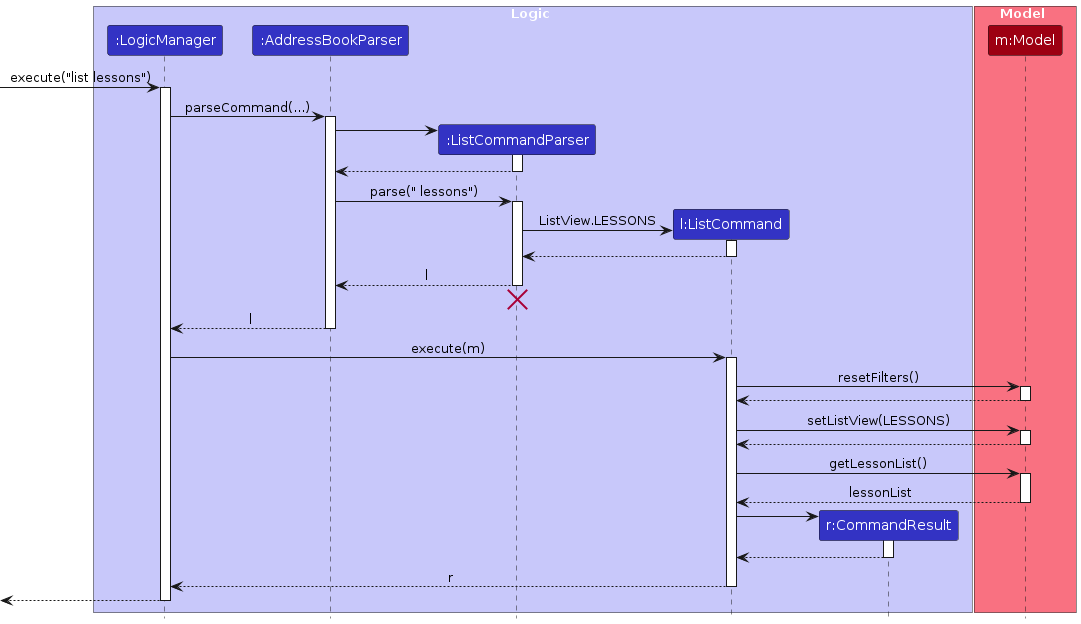
Earlier version of the PlantUML export diagrams/ListSequenceDiagram.png (AY2627S1-CS2103T-T13-2/tp). Its source is kept beside it as diagrams/ListSequenceDiagram.puml. Its diagram source:
```plantuml
@startuml
!include style.puml
skinparam ArrowFontStyle plain

box Logic LOGIC_COLOR_T1
participant ":LogicManager" as LogicManager LOGIC_COLOR
participant ":AddressBookParser" as AddressBookParser LOGIC_COLOR
participant ":ListCommandParser" as ListCommandParser LOGIC_COLOR
participant "l:ListCommand" as ListCommand LOGIC_COLOR
participant "r:CommandResult" as CommandResult LOGIC_COLOR
end box

box Model MODEL_COLOR_T1
participant "m:Model" as Model MODEL_COLOR
end box

[-> LogicManager : execute("list lessons")
activate LogicManager

LogicManager -> AddressBookParser : parseCommand(...)
activate AddressBookParser

create ListCommandParser
AddressBookParser -> ListCommandParser
activate ListCommandParser

ListCommandParser --> AddressBookParser
deactivate ListCommandParser

AddressBookParser -> ListCommandParser : parse(" lessons")
activate ListCommandParser

create ListCommand
ListCommandParser -> ListCommand : ListView.LESSONS
activate ListCommand

ListCommand --> ListCommandParser :
deactivate ListCommand

ListCommandParser --> AddressBookParser : l
deactivate ListCommandParser
ListCommandParser -[hidden]-> AddressBookParser
destroy ListCommandParser

AddressBookParser --> LogicManager : l
deactivate AddressBookParser

LogicManager -> ListCommand : execute(m)
activate ListCommand

ListCommand -> Model : resetFilters()
activate Model
Model --> ListCommand
deactivate Model

ListCommand -> Model : setListView(LESSONS)
activate Model
Model --> ListCommand
deactivate Model

ListCommand -> Model : getLessonList()
activate Model
Model --> ListCommand : lessonList
deactivate Model

create CommandResult
ListCommand -> CommandResult
activate CommandResult

CommandResult --> ListCommand :
deactivate CommandResult

ListCommand --> LogicManager : r
deactivate ListCommand

[<--LogicManager
deactivate LogicManager
@enduml
```
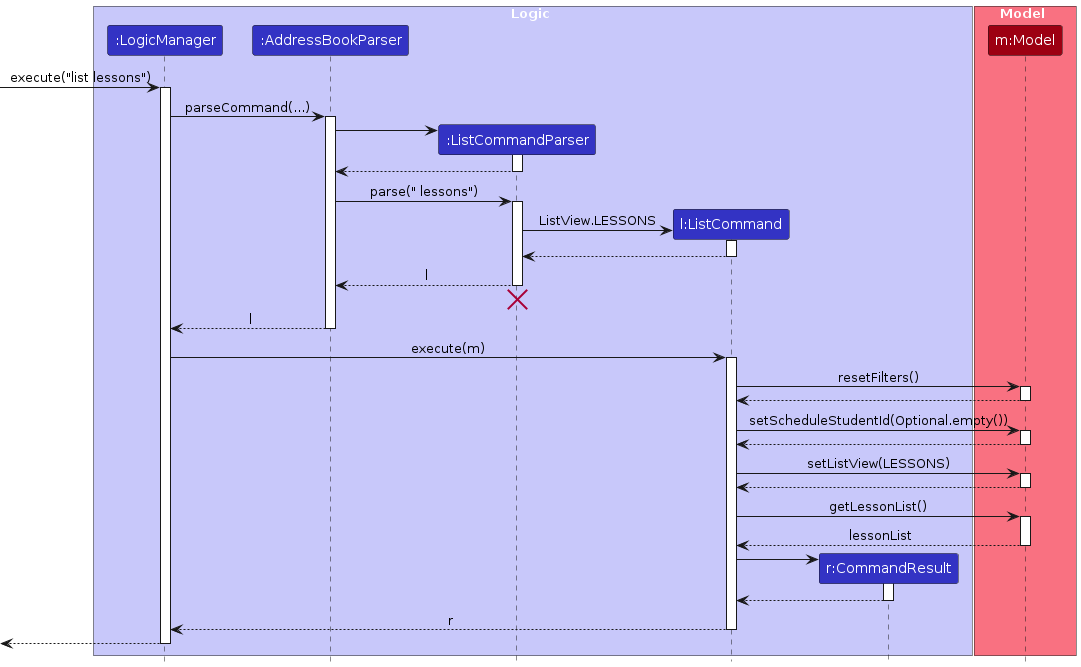
After the commit.

What changed in the source:
```diff
@@ -53,6 +53,11 @@
 Model --> ListCommand
 deactivate Model
 
+ListCommand -> Model : setScheduleStudentId(Optional.empty())
+activate Model
+Model --> ListCommand
+deactivate Model
+
 ListCommand -> Model : setListView(LESSONS)
 activate Model
 Model --> ListCommand
```
